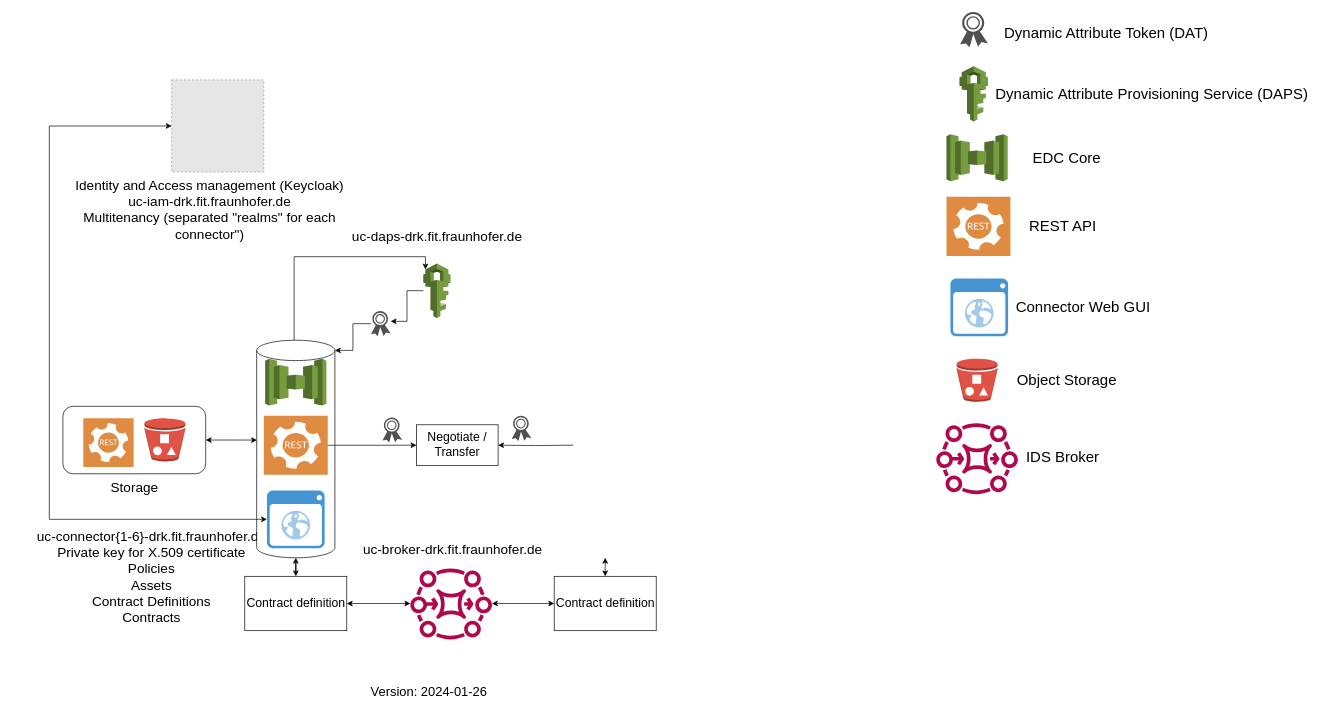
janniswarnat/draw.io-diagrams keeps this draw.io diagram as DRK-prototype-2024-01-26.drawio. Above is the earlier version. Source tidied: cells renumbered, new cells numbered last; positions are measured from the earlier drawing's top-left corner, leaving out a move shared by most shapes. Both pictures are drawn from the tidied source at 68%, with x=0, y=0 at pixel (29, 12). Pictures stored in the file or linked from it are replaced by grey dashed boxes.
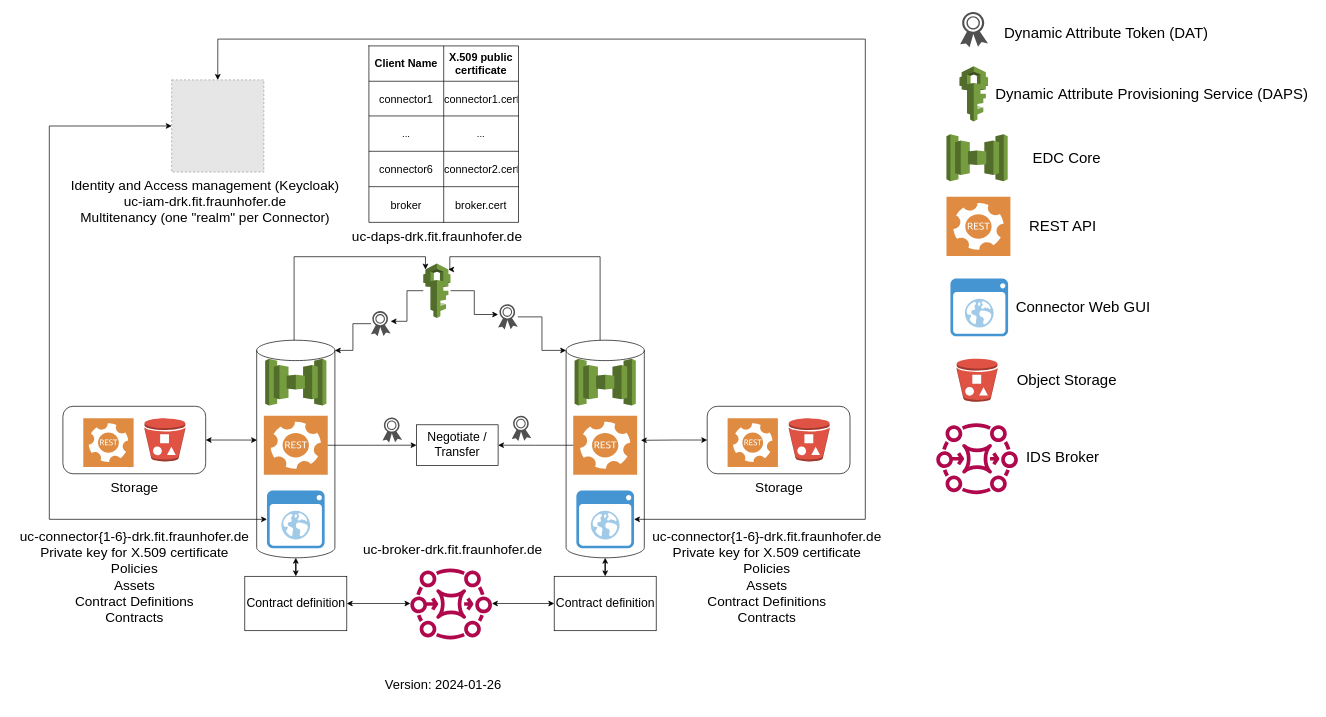
The same diagram, later.

Unchanged cells that the change refers to:
```xml
<mxCell id="4" style="outlineConnect=0;dashed=0;verticalLabelPosition=bottom;verticalAlign=top;align=center;html=1;shape=mxgraph.aws3.iam;fillColor=#759C3E;gradientColor=none;" parent="1" vertex="1">
  <mxGeometry x="580" y="370" width="40" height="80" as="geometry" />
</mxCell>
<mxCell id="22" style="fillColor=#E6E6E6;strokeColor=#999999;dashed=1;verticalLabelPosition=bottom;labelBackgroundColor=default;verticalAlign=top;" parent="1" vertex="1">
  <mxGeometry x="210" y="100" width="135.5" height="135.5" as="geometry" />
</mxCell>
<mxCell id="42" value="&lt;font style=&quot;font-size: 18px;&quot;&gt;Contract definition&lt;/font&gt;" style="rounded=0;whiteSpace=wrap;html=1;" parent="1" vertex="1">
  <mxGeometry x="772.5" y="830" width="150" height="80" as="geometry" />
</mxCell>
<mxCell id="45" value="&lt;font style=&quot;font-size: 18px;&quot;&gt;Negotiate / Transfer&lt;/font&gt;" style="rounded=0;whiteSpace=wrap;html=1;" parent="1" vertex="1">
  <mxGeometry x="570" y="607.2" width="120" height="60" as="geometry" />
</mxCell>
```

What changed in the source:
```diff
@@
     <mxCell id="2" value="uc-connector{1-6}-drk.fit.fraunhofer.de&lt;br style=&quot;font-size: 20px;&quot;&gt;Private key for X.509 certificate&lt;br style=&quot;font-size: 20px;&quot;&gt;Policies&lt;br style=&quot;font-size: 20px;&quot;&gt;Assets&lt;br style=&quot;font-size: 20px;&quot;&gt;Contract Definitions&lt;br style=&quot;font-size: 20px;&quot;&gt;Contracts" style="text;html=1;align=center;verticalAlign=middle;strokeColor=none;fillColor=none;fontSize=20;" parent="1" vertex="1">
-      <mxGeometry y="750" width="360" height="160" as="geometry" />
+      <mxGeometry x="-25" y="750" width="360" height="160" as="geometry" />
     </mxCell>
+    <mxCell id="52" style="edgeStyle=orthogonalEdgeStyle;rounded=0;jettySize=auto;html=1;entryX=0;entryY=0;entryDx=0;entryDy=15;entryPerimeter=0;" parent="1" edge="1" source="67" target="54">
+      <mxGeometry relative="1" as="geometry" />
+    </mxCell>
@@
+    <mxCell id="53" style="group;" parent="1" vertex="1">
+      <mxGeometry x="790" y="482.8" width="115" height="320" as="geometry" />
+    </mxCell>
+    <mxCell id="54" style="shape=cylinder3;whiteSpace=wrap;html=1;boundedLbl=1;backgroundOutline=1;size=15;" parent="53" vertex="1">
+      <mxGeometry width="115" height="320" as="geometry" />
+    </mxCell>
+    <mxCell id="55" style="dashed=0;verticalLabelPosition=bottom;verticalAlign=top;align=center;html=1;shape=mxgraph.aws3.connect;fillColor=#759C3E;gradientColor=none;" parent="53" vertex="1">
+      <mxGeometry x="12.5" y="27.2" width="90" height="69" as="geometry" />
+    </mxCell>
+    <mxCell id="56" style="sketch=0;shadow=0;dashed=0;html=1;strokeColor=none;fillColor=#DF8C42;labelPosition=center;verticalLabelPosition=bottom;verticalAlign=top;align=center;outlineConnect=0;shape=mxgraph.veeam2.restful_api;" parent="53" vertex="1">
+      <mxGeometry x="10.5" y="111" width="94" height="87" as="geometry" />
+    </mxCell>
+    <mxCell id="57" style="shadow=0;dashed=0;html=1;strokeColor=none;fillColor=#4495D1;labelPosition=center;verticalLabelPosition=bottom;verticalAlign=top;align=center;outlineConnect=0;shape=mxgraph.veeam.2d.web_ui;" parent="53" vertex="1">
+      <mxGeometry x="15.1" y="221" width="84.8" height="84.8" as="geometry" />
+    </mxCell>
+    <mxCell id="58" style="group;" parent="1" vertex="1">
+      <mxGeometry x="997.5" y="580" width="210" height="140" as="geometry" />
+    </mxCell>
+    <mxCell id="59" style="rounded=1;whiteSpace=wrap;html=1;" parent="58" vertex="1">
+      <mxGeometry width="210" height="99.2" as="geometry" />
+    </mxCell>
+    <mxCell id="60" style="dashed=0;verticalLabelPosition=bottom;verticalAlign=top;align=center;html=1;shape=mxgraph.aws3.bucket_with_objects;fillColor=#E05243;gradientColor=none;" parent="58" vertex="1">
+      <mxGeometry x="120" y="17.6" width="60" height="63.4" as="geometry" />
+    </mxCell>
+    <mxCell id="61" value="Storage" style="text;html=1;align=center;verticalAlign=middle;strokeColor=none;fillColor=none;fontSize=20;" parent="58" vertex="1">
+      <mxGeometry x="60" y="99.2" width="90" height="40" as="geometry" />
+    </mxCell>
+    <mxCell id="62" style="sketch=0;shadow=0;dashed=0;html=1;strokeColor=none;fillColor=#DF8C42;labelPosition=center;verticalLabelPosition=bottom;verticalAlign=top;align=center;shape=mxgraph.veeam2.restful_api;" parent="58" vertex="1">
+      <mxGeometry x="30" y="17.6" width="74" height="71.8" as="geometry" />
+    </mxCell>
@@
+    <mxCell id="63" value="uc-connector{1-6}-drk.fit.fraunhofer.de&lt;br style=&quot;font-size: 20px;&quot;&gt;Private key for X.509 certificate&lt;br style=&quot;font-size: 20px;&quot;&gt;Policies&lt;br style=&quot;font-size: 20px;&quot;&gt;Assets&lt;br style=&quot;font-size: 20px;&quot;&gt;Contract Definitions&lt;br style=&quot;font-size: 20px;&quot;&gt;Contracts" style="text;html=1;align=center;verticalAlign=middle;strokeColor=none;fillColor=none;fontSize=20;" parent="1" vertex="1">
+      <mxGeometry x="905" y="750" width="360" height="160" as="geometry" />
+    </mxCell>
+    <mxCell id="64" style="edgeStyle=orthogonalEdgeStyle;rounded=0;jettySize=auto;html=1;entryX=0.957;entryY=0.46;entryDx=0;entryDy=0;entryPerimeter=0;startArrow=classic;startFill=1;" parent="1" edge="1" source="59" target="54">
+      <mxGeometry relative="1" as="geometry" />
+    </mxCell>
@@
+    <mxCell id="65" style="edgeStyle=orthogonalEdgeStyle;rounded=0;jettySize=auto;html=1;entryX=0.92;entryY=0.11;entryDx=0;entryDy=0;entryPerimeter=0;" parent="1" edge="1" source="54" target="4">
+      <mxGeometry relative="1" as="geometry">
+        <Array as="points">
+          <mxPoint x="840" y="360" />
+          <mxPoint x="619" y="360" />
+        </Array>
+      </mxGeometry>
+    </mxCell>
@@
-    <mxCell id="23" value="&lt;div style=&quot;text-align: center; font-size: 20px;&quot;&gt;&lt;span style=&quot;background-color: rgb(255, 255, 255); font-family: arial, sans-serif;&quot;&gt;&lt;font style=&quot;font-size: 20px;&quot;&gt;Identity and Access management (Keycloak)&lt;/font&gt;&lt;/span&gt;&lt;/div&gt;&lt;div style=&quot;text-align: center; font-size: 20px;&quot;&gt;&lt;span style=&quot;background-color: rgb(255, 255, 255); font-family: arial, sans-serif;&quot;&gt;&lt;font style=&quot;font-size: 20px;&quot;&gt;uc-iam-drk.fit.fraunhofer.de&lt;/font&gt;&lt;/span&gt;&lt;/div&gt;&lt;div style=&quot;text-align: center; font-size: 20px;&quot;&gt;Multitenancy (separated &quot;realms&quot; for each connector&quot;)&lt;br&gt;&lt;/div&gt;&lt;div style=&quot;text-align: center; font-size: 20px;&quot;&gt;&lt;span style=&quot;background-color: rgb(255, 255, 255); font-family: arial, sans-serif;&quot;&gt;&lt;font style=&quot;font-size: 20px;&quot;&gt;&lt;br&gt;&lt;/font&gt;&lt;/span&gt;&lt;/div&gt;&lt;div style=&quot;text-align: center; font-size: 20px;&quot;&gt;&lt;span style=&quot;background-color: rgb(255, 255, 255); font-family: arial, sans-serif;&quot;&gt;&lt;br&gt;&lt;/span&gt;&lt;/div&gt;" style="text;whiteSpace=wrap;html=1;" parent="1" vertex="1">
+    <mxCell id="23" value="&lt;div style=&quot;text-align: center; font-size: 20px;&quot;&gt;&lt;span style=&quot;background-color: rgb(255, 255, 255); font-family: arial, sans-serif;&quot;&gt;&lt;font style=&quot;font-size: 20px;&quot;&gt;Identity and Access management (Keycloak)&lt;/font&gt;&lt;/span&gt;&lt;/div&gt;&lt;div style=&quot;text-align: center; font-size: 20px;&quot;&gt;&lt;span style=&quot;background-color: rgb(255, 255, 255); font-family: arial, sans-serif;&quot;&gt;&lt;font style=&quot;font-size: 20px;&quot;&gt;uc-iam-drk.fit.fraunhofer.de&lt;/font&gt;&lt;/span&gt;&lt;/div&gt;&lt;div style=&quot;text-align: center; font-size: 20px;&quot;&gt;&lt;span style=&quot;background-color: rgb(255, 255, 255); font-family: arial, sans-serif;&quot;&gt;&lt;font style=&quot;font-size: 20px;&quot;&gt;Multitenancy (one &quot;realm&quot; per Connector)&lt;/font&gt;&lt;/span&gt;&lt;/div&gt;&lt;div style=&quot;text-align: center; font-size: 20px;&quot;&gt;&lt;span style=&quot;background-color: rgb(255, 255, 255); font-family: arial, sans-serif;&quot;&gt;&lt;br&gt;&lt;/span&gt;&lt;/div&gt;" style="text;whiteSpace=wrap;html=1;" parent="1" vertex="1">
       <mxGeometry x="60" y="235.5" width="410" height="70" as="geometry" />
     </mxCell>
@@
+    <mxCell id="66" style="edgeStyle=orthogonalEdgeStyle;rounded=0;jettySize=auto;html=1;entryX=0;entryY=0;entryDx=0;entryDy=15;entryPerimeter=0;" parent="1" edge="1" source="4" target="67">
+      <mxGeometry relative="1" as="geometry" />
+    </mxCell>
+    <mxCell id="67" style="sketch=0;shadow=0;dashed=0;html=1;strokeColor=none;fillColor=#505050;labelPosition=center;verticalLabelPosition=bottom;verticalAlign=top;outlineConnect=0;align=center;shape=mxgraph.office.security.token;" parent="1" vertex="1">
+      <mxGeometry x="690" y="430" width="29" height="37" as="geometry" />
+    </mxCell>
@@
-    <mxCell id="44" style="edgeStyle=orthogonalEdgeStyle;rounded=0;jettySize=auto;html=1;entryX=0.5;entryY=0;entryDx=0;entryDy=0;startArrow=classic;startFill=1;" parent="1" edge="1" target="42">
-      <mxGeometry relative="1" as="geometry">
-        <mxPoint x="847.5" y="802.8" as="sourcePoint" />
-      </mxGeometry>
+    <mxCell id="44" style="edgeStyle=orthogonalEdgeStyle;rounded=0;jettySize=auto;html=1;entryX=0.5;entryY=0;entryDx=0;entryDy=0;startArrow=classic;startFill=1;" parent="1" edge="1" source="54" target="42">
+      <mxGeometry relative="1" as="geometry" />
     </mxCell>
@@
-    <mxCell id="47" style="edgeStyle=orthogonalEdgeStyle;rounded=0;jettySize=auto;html=1;entryX=1;entryY=0.5;entryDx=0;entryDy=0;" parent="1" edge="1" target="45">
-      <mxGeometry relative="1" as="geometry">
-        <mxPoint x="800.5" y="637.2" as="sourcePoint" />
-      </mxGeometry>
+    <mxCell id="47" style="edgeStyle=orthogonalEdgeStyle;rounded=0;jettySize=auto;html=1;entryX=1;entryY=0.5;entryDx=0;entryDy=0;" parent="1" edge="1" source="56" target="45">
+      <mxGeometry relative="1" as="geometry" />
     </mxCell>
@@
+    <mxCell id="68" style="edgeStyle=orthogonalEdgeStyle;rounded=0;jettySize=auto;html=1;entryX=0.5;entryY=0;entryDx=0;entryDy=0;startArrow=classic;startFill=1;" parent="1" edge="1" source="57" target="22">
+      <mxGeometry relative="1" as="geometry">
+        <Array as="points">
+          <mxPoint x="1230" y="746" />
+          <mxPoint x="1230" y="40" />
+          <mxPoint x="278" y="40" />
+        </Array>
+      </mxGeometry>
+    </mxCell>
-    <mxCell id="51" value="&lt;font style=&quot;font-size: 19px;&quot;&gt;Version: 2024-01-26&lt;/font&gt;" style="text;html=1;align=center;verticalAlign=middle;strokeColor=none;fillColor=none;" parent="1" vertex="1">
-      <mxGeometry x="493" y="980" width="190" height="40" as="geometry" />
+    <mxCell id="51" value="Version: 2024-01-26" style="text;html=1;align=center;verticalAlign=middle;strokeColor=none;fillColor=none;fontSize=19;" parent="1" vertex="1">
+      <mxGeometry x="514" y="970" width="190" height="40" as="geometry" />
     </mxCell>
+    <mxCell id="69" style="shape=table;startSize=0;childLayout=tableLayout;fontStyle=1;fontSize=15;" parent="1" vertex="1">
+      <mxGeometry x="500" y="50" width="220" height="259.5" as="geometry" />
+    </mxCell>
+    <mxCell id="70" style="shape=tableRow;horizontal=0;startSize=0;swimlaneHead=0;swimlaneBody=0;strokeColor=inherit;top=0;left=0;bottom=0;right=0;fillColor=none;" parent="69" vertex="1">
+      <mxGeometry width="220" height="52" as="geometry" />
+    </mxCell>
+    <mxCell id="71" value="&lt;font style=&quot;font-size: 16px;&quot;&gt;Client Name&lt;/font&gt;" style="shape=partialRectangle;html=1;whiteSpace=wrap;strokeColor=inherit;overflow=hidden;fillColor=none;top=0;left=0;bottom=0;right=0;fontStyle=1;fontSize=14;" parent="70" vertex="1">
+      <mxGeometry width="110" height="52" as="geometry" />
+    </mxCell>
+    <mxCell id="72" value="&lt;font style=&quot;font-size: 16px;&quot;&gt;X.509 public certificate&lt;/font&gt;" style="shape=partialRectangle;html=1;whiteSpace=wrap;strokeColor=inherit;overflow=hidden;fillColor=none;top=0;left=0;bottom=0;right=0;fontStyle=1;fontSize=14;" parent="70" vertex="1">
+      <mxGeometry x="110" width="110" height="52" as="geometry" />
+    </mxCell>
+    <mxCell id="73" style="shape=tableRow;horizontal=0;startSize=0;swimlaneHead=0;swimlaneBody=0;strokeColor=inherit;top=0;left=0;bottom=0;right=0;fillColor=none;" parent="69" vertex="1">
+      <mxGeometry y="52" width="220" height="51" as="geometry" />
+    </mxCell>
+    <mxCell id="74" value="&lt;font style=&quot;font-size: 16px;&quot;&gt;connector1&lt;/font&gt;" style="shape=partialRectangle;html=1;whiteSpace=wrap;strokeColor=inherit;overflow=hidden;fillColor=none;top=0;left=0;bottom=0;right=0;fontSize=14;" parent="73" vertex="1">
+      <mxGeometry width="110" height="51" as="geometry" />
+    </mxCell>
+    <mxCell id="75" value="&lt;font style=&quot;font-size: 16px;&quot;&gt;connector1.cert&lt;/font&gt;" style="shape=partialRectangle;html=1;whiteSpace=wrap;strokeColor=inherit;overflow=hidden;fillColor=none;top=0;left=0;bottom=0;right=0;fontSize=14;" parent="73" vertex="1">
+      <mxGeometry x="110" width="110" height="51" as="geometry" />
+    </mxCell>
+    <mxCell id="76" style="shape=tableRow;horizontal=0;startSize=0;swimlaneHead=0;swimlaneBody=0;strokeColor=inherit;top=0;left=0;bottom=0;right=0;fillColor=none;" parent="69" vertex="1">
+      <mxGeometry y="103" width="220" height="52" as="geometry" />
+    </mxCell>
+    <mxCell id="77" value="..." style="shape=partialRectangle;html=1;whiteSpace=wrap;strokeColor=inherit;overflow=hidden;fillColor=none;top=0;left=0;bottom=0;right=0;fontSize=14;" parent="76" vertex="1">
+      <mxGeometry width="110" height="52" as="geometry" />
+    </mxCell>
+    <mxCell id="78" value="..." style="shape=partialRectangle;html=1;whiteSpace=wrap;strokeColor=inherit;overflow=hidden;fillColor=none;top=0;left=0;bottom=0;right=0;fontSize=14;" parent="76" vertex="1">
+      <mxGeometry x="110" width="110" height="52" as="geometry" />
+    </mxCell>
+    <mxCell id="79" style="shape=tableRow;horizontal=0;startSize=0;swimlaneHead=0;swimlaneBody=0;strokeColor=inherit;top=0;left=0;bottom=0;right=0;fillColor=none;" parent="69" vertex="1">
+      <mxGeometry y="155" width="220" height="52" as="geometry" />
+    </mxCell>
+    <mxCell id="80" value="&lt;font style=&quot;font-size: 16px;&quot;&gt;connector6&lt;/font&gt;" style="shape=partialRectangle;html=1;whiteSpace=wrap;strokeColor=inherit;overflow=hidden;fillColor=none;top=0;left=0;bottom=0;right=0;fontSize=14;" parent="79" vertex="1">
+      <mxGeometry width="110" height="52" as="geometry" />
+    </mxCell>
+    <mxCell id="81" value="&lt;font style=&quot;font-size: 16px;&quot;&gt;connector2.cert&lt;/font&gt;" style="shape=partialRectangle;html=1;whiteSpace=wrap;strokeColor=inherit;overflow=hidden;fillColor=none;top=0;left=0;bottom=0;right=0;fontSize=14;" parent="79" vertex="1">
+      <mxGeometry x="110" width="110" height="52" as="geometry" />
+    </mxCell>
+    <mxCell id="82" style="shape=tableRow;horizontal=0;startSize=0;swimlaneHead=0;swimlaneBody=0;strokeColor=inherit;top=0;left=0;bottom=0;right=0;fillColor=none;" parent="69" vertex="1">
+      <mxGeometry y="207" width="220" height="53" as="geometry" />
+    </mxCell>
+    <mxCell id="83" value="&lt;font style=&quot;font-size: 16px;&quot;&gt;broker&lt;/font&gt;" style="shape=partialRectangle;html=1;whiteSpace=wrap;strokeColor=inherit;overflow=hidden;fillColor=none;top=0;left=0;bottom=0;right=0;fontSize=14;" parent="82" vertex="1">
+      <mxGeometry width="110" height="53" as="geometry" />
+    </mxCell>
+    <mxCell id="84" value="&lt;font style=&quot;font-size: 16px;&quot;&gt;broker.cert&lt;/font&gt;" style="shape=partialRectangle;html=1;whiteSpace=wrap;strokeColor=inherit;overflow=hidden;fillColor=none;top=0;left=0;bottom=0;right=0;fontSize=14;" parent="82" vertex="1">
+      <mxGeometry x="110" width="110" height="53" as="geometry" />
+    </mxCell>
```
